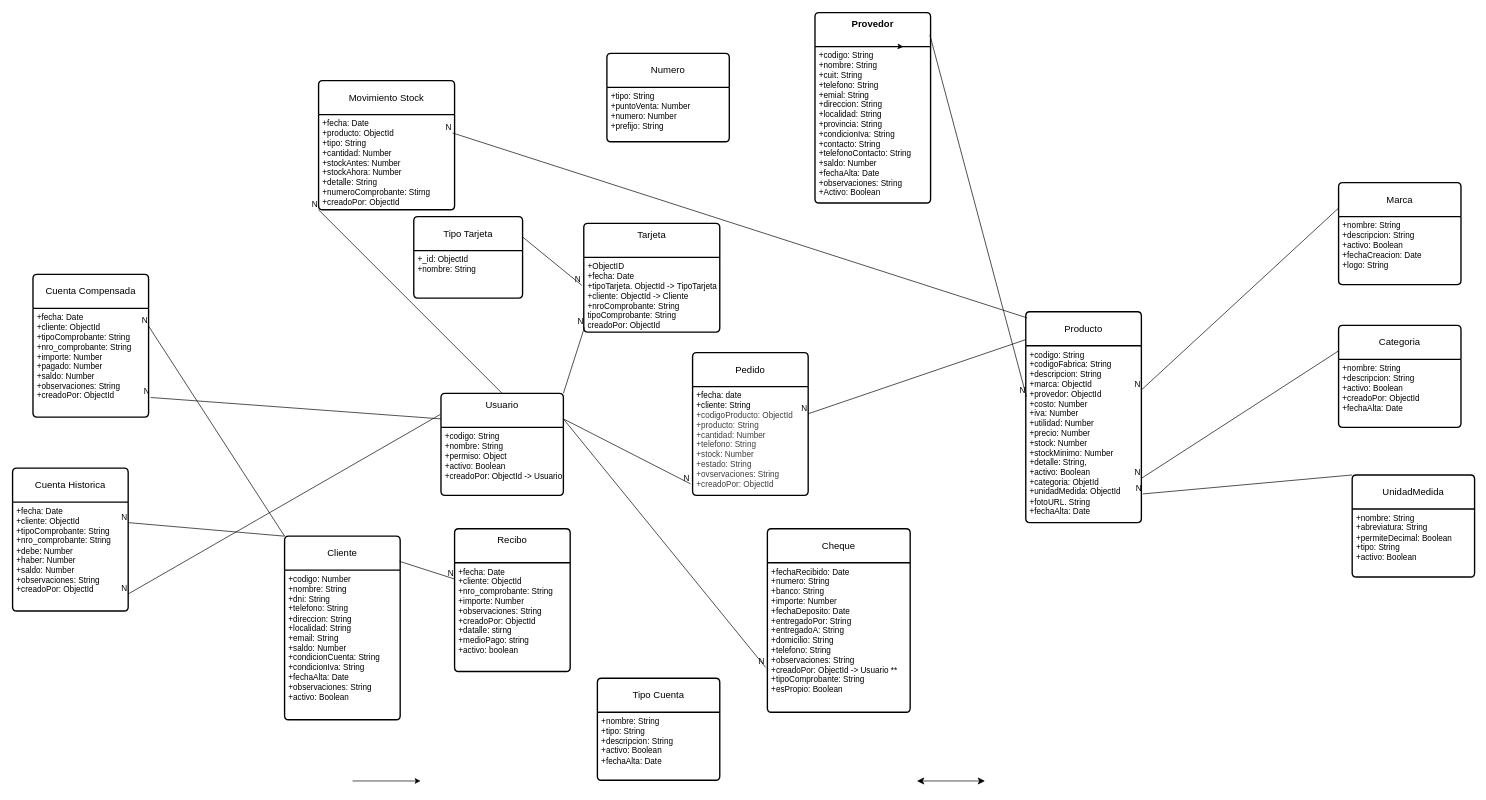
Pelusasasasa/comercio keeps this draw.io diagram as servidor/relacion/database.drawio. Above is the earlier version. Source tidied: cells renumbered, new cells numbered last; positions are measured from the earlier drawing's top-left corner, leaving out a move shared by most shapes. Both pictures are drawn from the tidied source at 68%, with x=0, y=0 at pixel (12, 12).
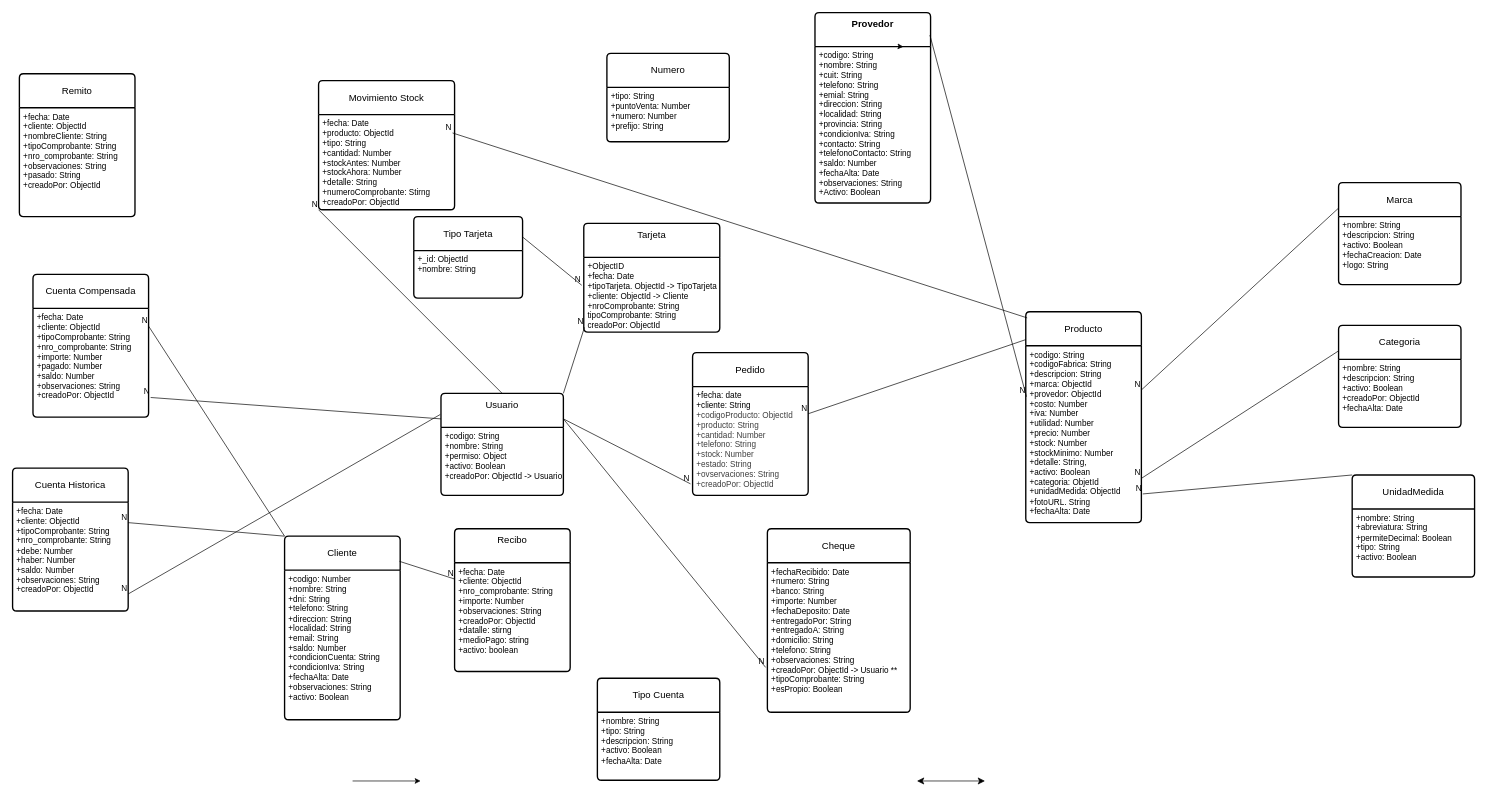
After the change.

Diff of the diagram source:
```diff
@@
+    <mxCell id="72" value="Remito" style="swimlane;horizontal=1;startSize=50;rounded=1;fontSize=14;fontStyle=0;strokeWidth=2;shadow=0;dashed=0;align=center;arcSize=4;whiteSpace=wrap;html=1;" parent="1" vertex="1">
+      <mxGeometry x="10" y="90" width="170" height="210" as="geometry" />
+    </mxCell>
+    <mxCell id="73" value="+fecha: Date&lt;div&gt;+cliente: ObjectId&lt;/div&gt;&lt;div&gt;+nombreCliente: String&lt;/div&gt;&lt;div&gt;+tipoComprobante: String&lt;/div&gt;&lt;div&gt;+nro_comprobante: String&lt;/div&gt;&lt;div&gt;+observaciones: String&lt;/div&gt;&lt;div&gt;+pasado: String&lt;/div&gt;&lt;div&gt;+creadoPor: ObjectId&lt;/div&gt;" style="align=left;strokeColor=none;fillColor=none;spacingLeft=4;fontSize=12;verticalAlign=top;html=1;" parent="72" vertex="1">
+      <mxGeometry y="50" width="170" height="160" as="geometry" />
+    </mxCell>
```
